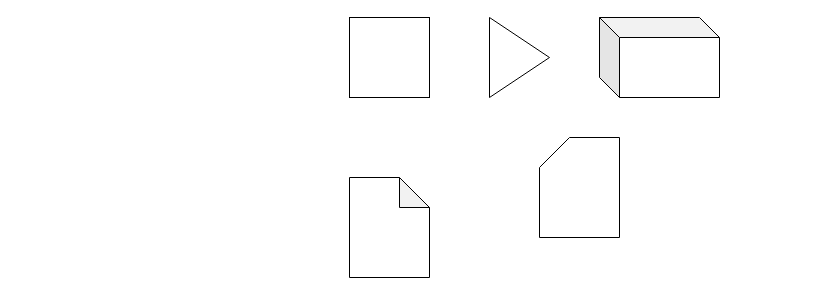
Above: Untitled Diagram.drawio in MCyang2017/mywiki (draw.io), before the change. Source tidied: cells renumbered, new cells numbered last; positions are measured from the earlier drawing's top-left corner, leaving out a move shared by most shapes. Both pictures are drawn from the tidied source at 100%, with x=0, y=0 at pixel (349, 17).
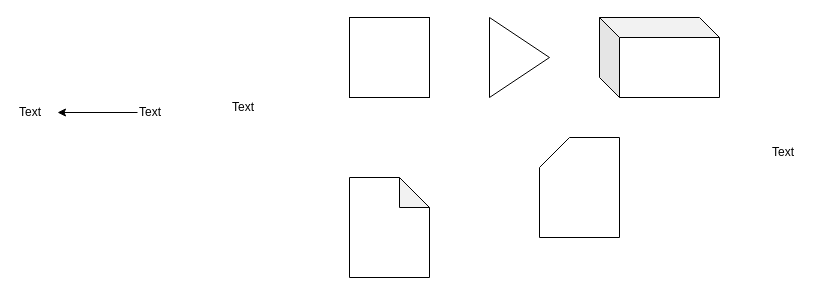
After the change.

Diff of the diagram source:
```diff
@@
 <mxGraphModel>
   <root>
     <mxCell id="0" />
     <mxCell id="1" parent="0" />
     <mxCell id="2" style="whiteSpace=wrap;html=1;" parent="1" vertex="1">
       <mxGeometry width="80" height="80" as="geometry" />
     </mxCell>
     <mxCell id="3" style="triangle;whiteSpace=wrap;html=1;" parent="1" vertex="1">
       <mxGeometry x="140" width="60" height="80" as="geometry" />
     </mxCell>
     <mxCell id="4" style="shape=cube;whiteSpace=wrap;html=1;boundedLbl=1;backgroundOutline=1;darkOpacity=0.05;darkOpacity2=0.1;" parent="1" vertex="1">
       <mxGeometry x="250" width="120" height="80" as="geometry" />
     </mxCell>
     <mxCell id="5" style="shape=card;whiteSpace=wrap;html=1;" parent="1" vertex="1">
       <mxGeometry x="190" y="120" width="80" height="100" as="geometry" />
     </mxCell>
     <mxCell id="6" style="edgeStyle=orthogonalEdgeStyle;rounded=0;jettySize=auto;html=1;exitX=0;exitY=0;exitDx=80;exitDy=30;exitPerimeter=0;" parent="1" edge="1" source="7">
       <mxGeometry relative="1" as="geometry">
         <mxPoint x="70" y="180" as="targetPoint" />
       </mxGeometry>
     </mxCell>
     <mxCell id="7" style="shape=note;whiteSpace=wrap;html=1;backgroundOutline=1;darkOpacity=0.05;" parent="1" vertex="1">
       <mxGeometry y="160" width="80" height="100" as="geometry" />
     </mxCell>
+    <mxCell id="8" style="edgeStyle=orthogonalEdgeStyle;rounded=0;jettySize=auto;html=1;" parent="1" edge="1" source="9" target="10">
+      <mxGeometry relative="1" as="geometry" />
+    </mxCell>
+    <mxCell id="9" value="Text" style="text;html=1;points=[];align=left;verticalAlign=top;spacingTop=-4;" parent="1" vertex="1">
+      <mxGeometry x="-212" y="85" width="40" height="20" as="geometry" />
+    </mxCell>
+    <mxCell id="10" value="Text" style="text;html=1;points=[];align=left;verticalAlign=top;spacingTop=-4;" parent="1" vertex="1">
+      <mxGeometry x="-332" y="85" width="40" height="20" as="geometry" />
+    </mxCell>
+    <mxCell id="11" value="Text" style="text;html=1;align=left;verticalAlign=top;spacingTop=-4;" parent="1" vertex="1">
+      <mxGeometry x="-119" y="80" width="40" height="20" as="geometry" />
+    </mxCell>
+    <mxCell id="12" value="Text" style="text;html=1;align=left;verticalAlign=top;spacingTop=-4;" parent="1" vertex="1">
+      <mxGeometry x="421" y="125" width="40" height="20" as="geometry" />
+    </mxCell>
   </root>
 </mxGraphModel>
```
